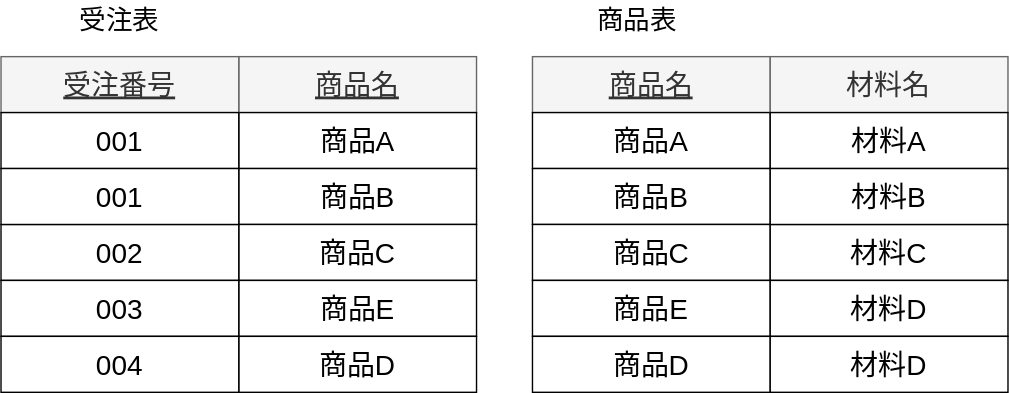
The draw.io diagram static/img/svg/Database/normalization/normalization-6.drawio.svg in koseki2580/study-docs, before a commit. Source tidied: cells renumbered, new cells last; positions are measured from the earlier drawing's top-left corner, leaving out a move shared by most shapes. Source of this version:
```xml
<mxGraphModel>
  <root>
    <mxCell id="0" />
    <mxCell id="1" parent="0" />
    <mxCell id="2" value="商品名" style="rounded=0;whiteSpace=wrap;html=1;fontSize=20;fillColor=#f5f5f5;fontColor=#333333;strokeColor=#666666;fontStyle=4;" parent="1" vertex="1">
      <mxGeometry x="380" y="40" width="170" height="40" as="geometry" />
    </mxCell>
    <mxCell id="3" value="商品A" style="rounded=0;whiteSpace=wrap;html=1;fontSize=20;" parent="1" vertex="1">
      <mxGeometry x="380" y="80" width="170" height="40" as="geometry" />
    </mxCell>
    <mxCell id="4" value="商品B" style="rounded=0;whiteSpace=wrap;html=1;fontSize=20;" parent="1" vertex="1">
      <mxGeometry x="380" y="120" width="170" height="40" as="geometry" />
    </mxCell>
    <mxCell id="5" value="商品C" style="rounded=0;whiteSpace=wrap;html=1;fontSize=20;" parent="1" vertex="1">
      <mxGeometry x="380" y="160" width="170" height="40" as="geometry" />
    </mxCell>
    <mxCell id="6" value="商品E" style="rounded=0;whiteSpace=wrap;html=1;fontSize=20;" parent="1" vertex="1">
      <mxGeometry x="380" y="200" width="170" height="40" as="geometry" />
    </mxCell>
    <mxCell id="7" value="商品D" style="rounded=0;whiteSpace=wrap;html=1;fontSize=20;" parent="1" vertex="1">
      <mxGeometry x="380" y="240" width="170" height="40" as="geometry" />
    </mxCell>
    <mxCell id="8" value="材料名" style="rounded=0;whiteSpace=wrap;html=1;fontSize=20;fillColor=#f5f5f5;fontColor=#333333;strokeColor=#666666;fontStyle=0;" parent="1" vertex="1">
      <mxGeometry x="550" y="40" width="170" height="40" as="geometry" />
    </mxCell>
    <mxCell id="9" value="材料A" style="rounded=0;whiteSpace=wrap;html=1;fontSize=20;" parent="1" vertex="1">
      <mxGeometry x="550" y="80" width="170" height="40" as="geometry" />
    </mxCell>
    <mxCell id="10" value="材料C" style="rounded=0;whiteSpace=wrap;html=1;fontSize=20;" parent="1" vertex="1">
      <mxGeometry x="550" y="160" width="170" height="40" as="geometry" />
    </mxCell>
    <mxCell id="11" value="材料D" style="rounded=0;whiteSpace=wrap;html=1;fontSize=20;" parent="1" vertex="1">
      <mxGeometry x="550" y="200" width="170" height="40" as="geometry" />
    </mxCell>
    <mxCell id="12" value="材料B" style="rounded=0;whiteSpace=wrap;html=1;fontSize=20;" parent="1" vertex="1">
      <mxGeometry x="550" y="120" width="170" height="40" as="geometry" />
    </mxCell>
    <mxCell id="13" value="材料D" style="rounded=0;whiteSpace=wrap;html=1;fontSize=20;" parent="1" vertex="1">
      <mxGeometry x="550" y="240" width="170" height="40" as="geometry" />
    </mxCell>
    <mxCell id="14" value="商品表" style="text;html=1;strokeColor=none;fillColor=none;align=center;verticalAlign=middle;whiteSpace=wrap;rounded=0;fontSize=19;" parent="1" vertex="1">
      <mxGeometry x="370" width="170" height="30" as="geometry" />
    </mxCell>
    <mxCell id="15" value="商品名" style="rounded=0;whiteSpace=wrap;html=1;fontSize=20;fillColor=#f5f5f5;fontColor=#333333;strokeColor=#666666;fontStyle=4;" parent="1" vertex="1">
      <mxGeometry x="170" y="40" width="170" height="40" as="geometry" />
    </mxCell>
    <mxCell id="16" value="商品A" style="rounded=0;whiteSpace=wrap;html=1;fontSize=20;" parent="1" vertex="1">
      <mxGeometry x="170" y="80" width="170" height="40" as="geometry" />
    </mxCell>
    <mxCell id="17" value="商品B" style="rounded=0;whiteSpace=wrap;html=1;fontSize=20;" parent="1" vertex="1">
      <mxGeometry x="170" y="120" width="170" height="40" as="geometry" />
    </mxCell>
    <mxCell id="18" value="商品C" style="rounded=0;whiteSpace=wrap;html=1;fontSize=20;" parent="1" vertex="1">
      <mxGeometry x="170" y="160" width="170" height="40" as="geometry" />
    </mxCell>
    <mxCell id="19" value="商品E" style="rounded=0;whiteSpace=wrap;html=1;fontSize=20;" parent="1" vertex="1">
      <mxGeometry x="170" y="200" width="170" height="40" as="geometry" />
    </mxCell>
    <mxCell id="20" value="商品D" style="rounded=0;whiteSpace=wrap;html=1;fontSize=20;" parent="1" vertex="1">
      <mxGeometry x="170" y="240" width="170" height="40" as="geometry" />
    </mxCell>
    <mxCell id="21" value="受注番号" style="rounded=0;whiteSpace=wrap;html=1;fontSize=20;fillColor=#f5f5f5;fontColor=#333333;strokeColor=#666666;fontStyle=4;" parent="1" vertex="1">
      <mxGeometry y="40" width="170" height="40" as="geometry" />
    </mxCell>
    <mxCell id="22" value="001" style="rounded=0;whiteSpace=wrap;html=1;fontSize=20;" parent="1" vertex="1">
      <mxGeometry y="80" width="170" height="40" as="geometry" />
    </mxCell>
    <mxCell id="23" value="002" style="rounded=0;whiteSpace=wrap;html=1;fontSize=20;" parent="1" vertex="1">
      <mxGeometry y="160" width="170" height="40" as="geometry" />
    </mxCell>
    <mxCell id="24" value="003" style="rounded=0;whiteSpace=wrap;html=1;fontSize=20;" parent="1" vertex="1">
      <mxGeometry y="200" width="170" height="40" as="geometry" />
    </mxCell>
    <mxCell id="25" value="001" style="rounded=0;whiteSpace=wrap;html=1;fontSize=20;" parent="1" vertex="1">
      <mxGeometry y="120" width="170" height="40" as="geometry" />
    </mxCell>
    <mxCell id="26" value="004" style="rounded=0;whiteSpace=wrap;html=1;fontSize=20;" parent="1" vertex="1">
      <mxGeometry y="240" width="170" height="40" as="geometry" />
    </mxCell>
    <mxCell id="27" value="受注表" style="text;html=1;strokeColor=none;fillColor=none;align=center;verticalAlign=middle;whiteSpace=wrap;rounded=0;fontSize=19;" parent="1" vertex="1">
      <mxGeometry width="170" height="30" as="geometry" />
    </mxCell>
  </root>
</mxGraphModel>
```
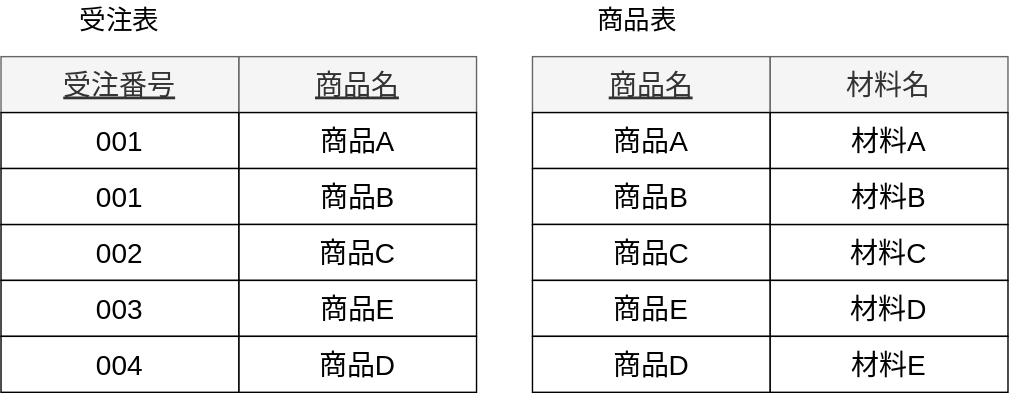
Above is the later version.

Diff of the diagram source:
```diff
@@ -35,7 +35,7 @@
     <mxCell id="12" value="材料B" style="rounded=0;whiteSpace=wrap;html=1;fontSize=20;" parent="1" vertex="1">
       <mxGeometry x="550" y="120" width="170" height="40" as="geometry" />
     </mxCell>
-    <mxCell id="13" value="材料D" style="rounded=0;whiteSpace=wrap;html=1;fontSize=20;" parent="1" vertex="1">
+    <mxCell id="13" value="材料E" style="rounded=0;whiteSpace=wrap;html=1;fontSize=20;" parent="1" vertex="1">
       <mxGeometry x="550" y="240" width="170" height="40" as="geometry" />
     </mxCell>
     <mxCell id="14" value="商品表" style="text;html=1;strokeColor=none;fillColor=none;align=center;verticalAlign=middle;whiteSpace=wrap;rounded=0;fontSize=19;" parent="1" vertex="1">
```
